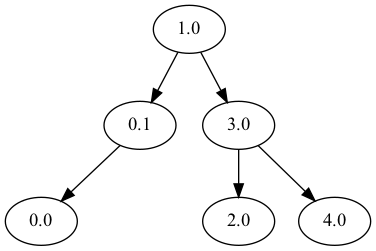
This is lab4/output/binary_tree.dot.png from IvanMurzin/Informatics, a Graphviz export, as it was before one commit. Its source is kept beside it as lab4/output/binary_tree.dot.
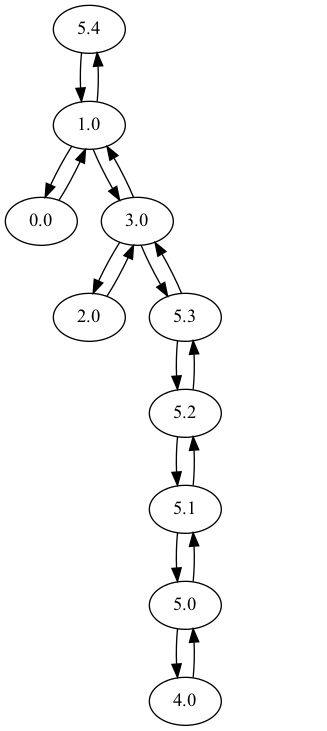
After the change.

Change to the diagram source:
```diff
@@ -1,9 +1,30 @@
 digraph binaryTree {
- 1.0 -> 0.1;
+ 5.4 -> 1.0;
+ 1.0 -> 5.4;
+ 5.4 -> null0[style=invis];
+ 1.0 -> 0.0;
+ 0.0 -> 1.0;
  1.0 -> 3.0;
- 0.1 -> 0.0;
- 0.1 -> null0[style=invis];
+ 3.0 -> 1.0;
  3.0 -> 2.0;
- 3.0 -> 4.0;
+ 2.0 -> 3.0;
+ 3.0 -> 5.3;
+ 5.3 -> 3.0;
+ 5.3 -> 5.2;
+ 5.2 -> 5.3;
+ 5.3 -> null1[style=invis];
+ 5.2 -> 5.1;
+ 5.1 -> 5.2;
+ 5.2 -> null2[style=invis];
+ 5.1 -> 5.0;
+ 5.0 -> 5.1;
+ 5.1 -> null3[style=invis];
+ 5.0 -> 4.0;
+ 4.0 -> 5.0;
+ 5.0 -> null4[style=invis];
  null0[style=invis];
+ null1[style=invis];
+ null2[style=invis];
+ null3[style=invis];
+ null4[style=invis];
 }
```
